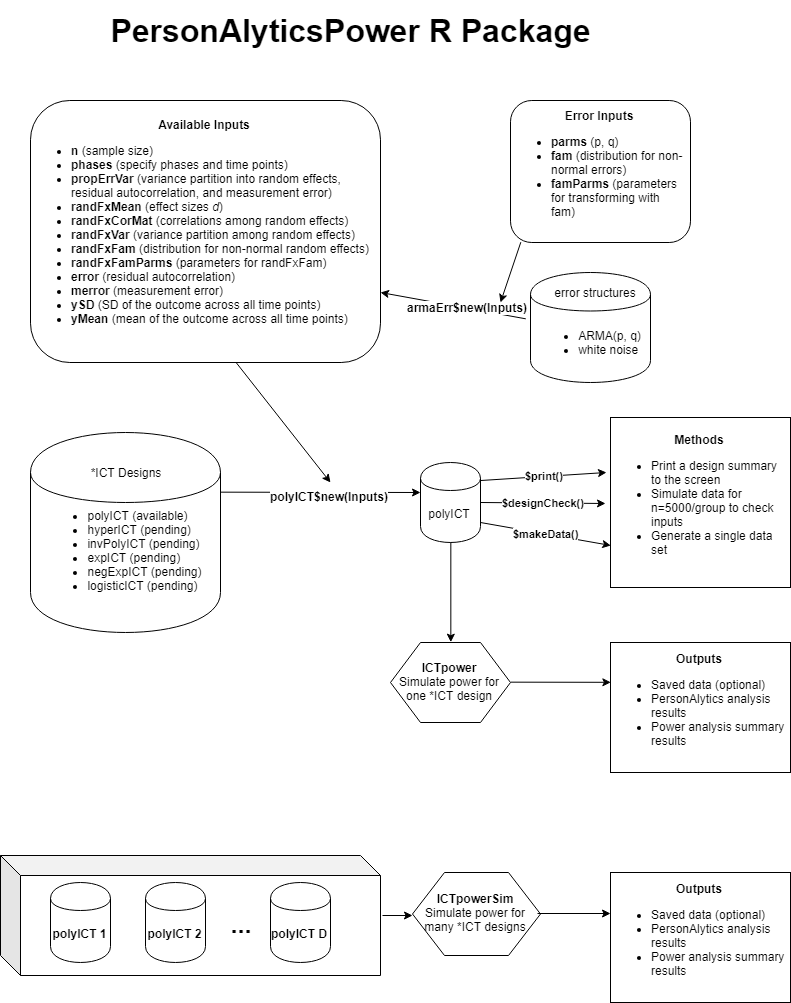
Above: figures/PersonalyticsPower_softwareDiagram.png in ICTatRTI/PersonAlyticsPower (draw.io), before the change. Source tidied: cells renumbered, new cells last; positions are measured from the earlier drawing's top-left corner, leaving out a move shared by most shapes.
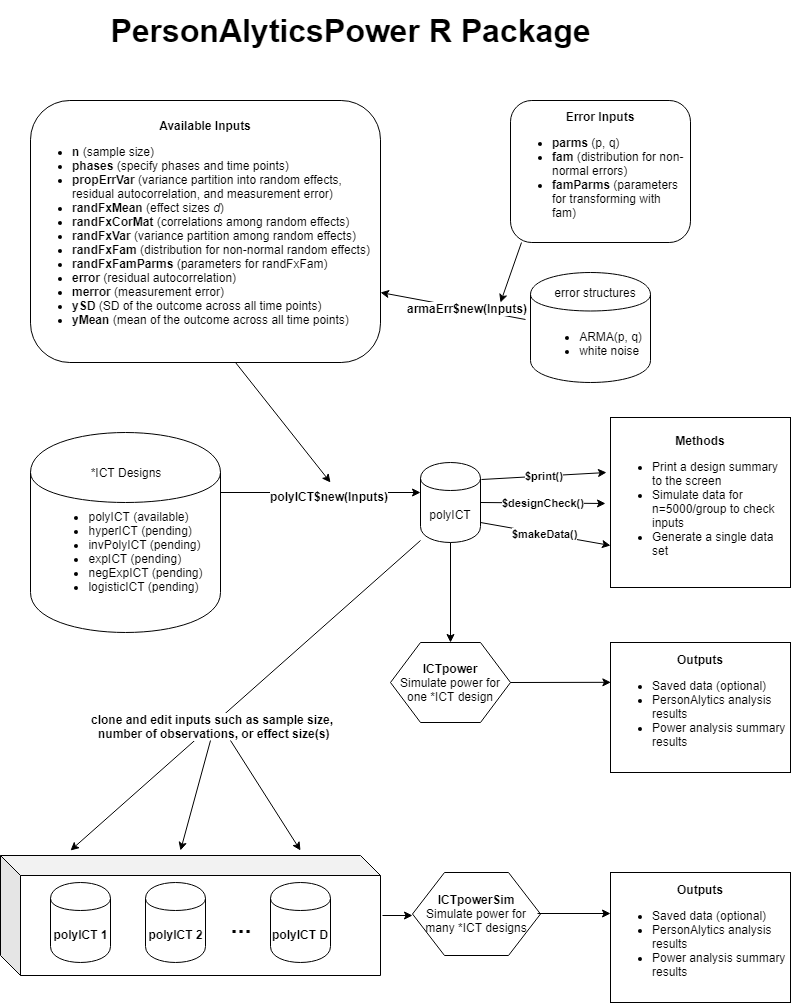
Later version of the same file.

The edit, as a diff of the source:
```diff
@@ -121,5 +121,26 @@
     <mxCell id="33" value="&lt;font style=&quot;font-size: 32px&quot;&gt;&lt;b&gt;PersonAlyticsPower R Package&lt;/b&gt;&lt;/font&gt;" style="text;html=1;strokeColor=none;fillColor=none;align=center;verticalAlign=middle;whiteSpace=wrap;rounded=0;" parent="1" vertex="1">
       <mxGeometry x="30" width="640" height="60" as="geometry" />
     </mxCell>
+    <mxCell id="34" style="endArrow=classic;html=1;" parent="1" edge="1">
+      <mxGeometry relative="1" as="geometry">
+        <mxPoint x="420" y="540" as="sourcePoint" />
+        <mxPoint x="70" y="850" as="targetPoint" />
+      </mxGeometry>
+    </mxCell>
+    <mxCell id="35" value="clone and edit inputs such as sample size, &lt;br&gt;number of observations, or effect size(s)&lt;br&gt;" style="text;html=1;align=center;verticalAlign=middle;labelBackgroundColor=#ffffff;fontStyle=1;" parent="34" vertex="1">
+      <mxGeometry x="0.19" y="2" relative="1" as="geometry" />
+    </mxCell>
+    <mxCell id="36" style="endArrow=classic;html=1;" parent="1" edge="1">
+      <mxGeometry relative="1" as="geometry">
+        <mxPoint x="210" y="740" as="sourcePoint" />
+        <mxPoint x="180" y="850" as="targetPoint" />
+      </mxGeometry>
+    </mxCell>
+    <mxCell id="37" style="endArrow=classic;html=1;" parent="1" edge="1">
+      <mxGeometry relative="1" as="geometry">
+        <mxPoint x="230" y="740" as="sourcePoint" />
+        <mxPoint x="300" y="850" as="targetPoint" />
+      </mxGeometry>
+    </mxCell>
   </root>
 </mxGraphModel>
```
